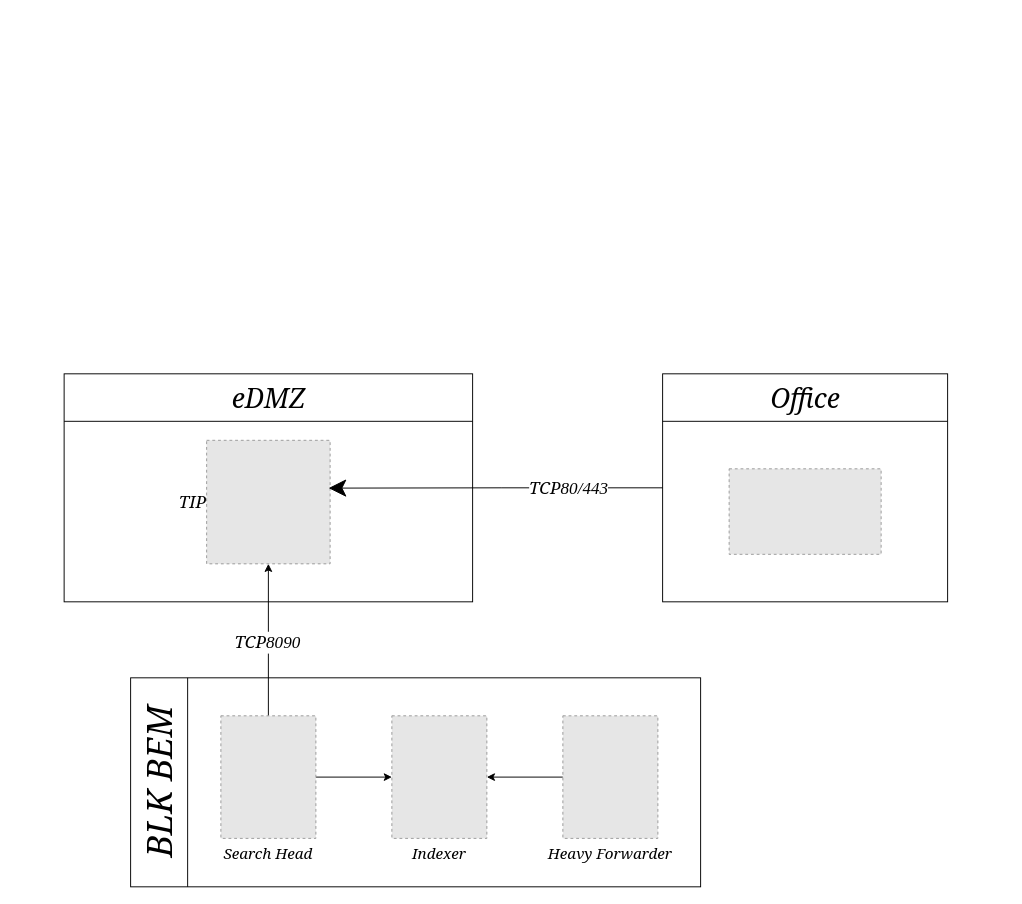
Before: img/blk-bem/BLK_tip_v1.1.drawio in sumkomorebi/PicGo, a draw.io diagram. Source tidied: cells renumbered, new cells numbered last; positions are measured from the earlier drawing's top-left corner, leaving out a move shared by most shapes. Both pictures are drawn from the tidied source at 95%, with x=0, y=0 at pixel (64, 373). Pictures stored in the file or linked from it are replaced by grey dashed boxes.
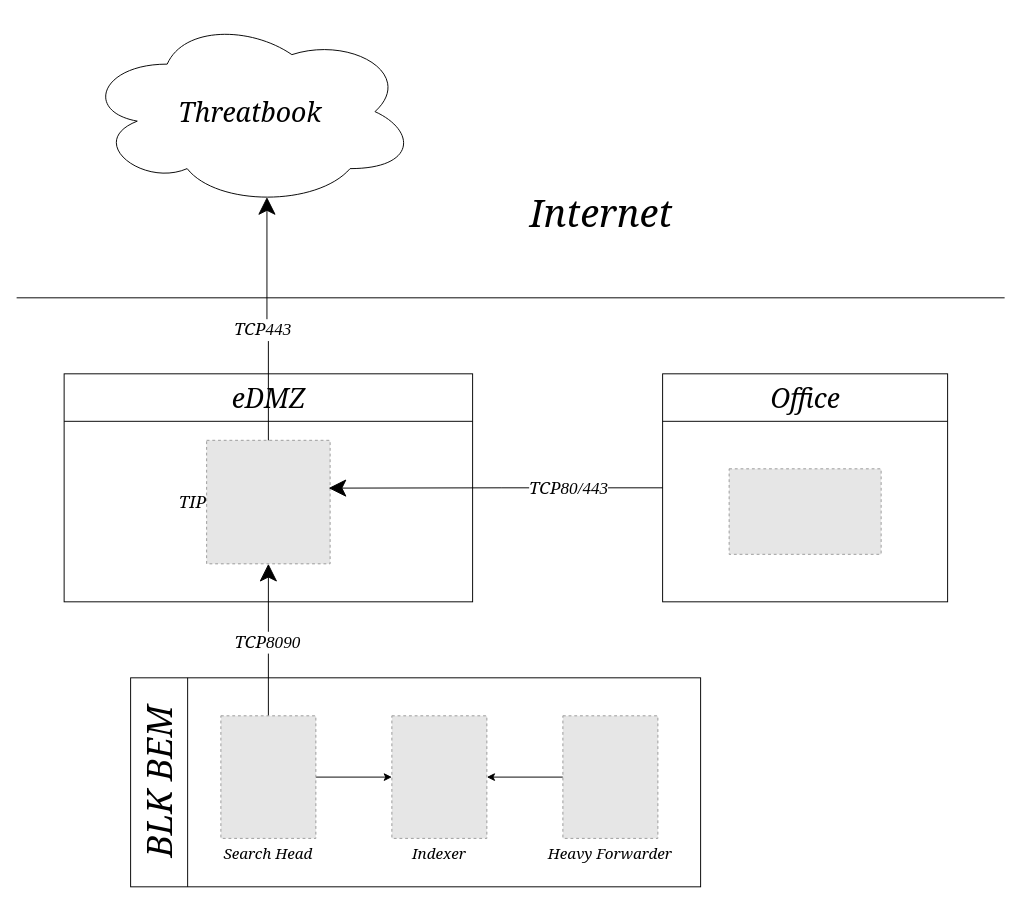
The same diagram, later.

The change refers to these unchanged cells:
```xml
<mxCell id="4" style="fillColor=#E6E6E6;strokeColor=#999999;dashed=1;verticalLabelPosition=bottom;labelBackgroundColor=default;verticalAlign=top;fontStyle=2;fontFamily=Georgia;fontSize=20;" parent="1" vertex="1">
  <mxGeometry x="150" y="70" width="130" height="130" as="geometry" />
</mxCell>
<mxCell id="9" value="Search Head" style="fillColor=#E6E6E6;strokeColor=#999999;dashed=1;verticalLabelPosition=bottom;verticalAlign=top;fontFamily=Georgia;fontStyle=2;fontSize=16;" parent="1" vertex="1">
  <mxGeometry x="165" y="360" width="100" height="129" as="geometry" />
</mxCell>
```

Diff of the diagram source:
```diff
@@
-    <mxCell id="7" style="edgeStyle=orthogonalEdgeStyle;rounded=0;jettySize=auto;html=1;" parent="1" edge="1" source="9" target="4">
+    <mxCell id="7" style="edgeStyle=orthogonalEdgeStyle;rounded=0;jettySize=auto;html=1;endSize=16;" parent="1" edge="1" source="9" target="4">
       <mxGeometry relative="1" as="geometry" />
     </mxCell>
@@
+    <mxCell id="23" style="endArrow=none;html=1;rounded=0;" parent="1" edge="1">
+      <mxGeometry relative="1" as="geometry">
+        <mxPoint x="-50" y="-80" as="sourcePoint" />
+        <mxPoint x="990" y="-80" as="targetPoint" />
+      </mxGeometry>
+    </mxCell>
+    <mxCell id="24" value="&lt;font face=&quot;Georgia&quot;&gt;&lt;i style=&quot;font-size: 28px;&quot;&gt;Threatbook&lt;/i&gt;&lt;/font&gt;" style="ellipse;shape=cloud;whiteSpace=wrap;html=1;" parent="1" vertex="1">
+      <mxGeometry x="21" y="-376" width="350" height="200" as="geometry" />
+    </mxCell>
+    <mxCell id="25" style="edgeStyle=orthogonalEdgeStyle;rounded=0;jettySize=auto;html=1;exitX=0.5;exitY=0;exitDx=0;exitDy=0;entryX=0.55;entryY=0.95;entryDx=0;entryDy=0;entryPerimeter=0;endSize=16;" parent="1" edge="1" source="4" target="24">
+      <mxGeometry relative="1" as="geometry" />
+    </mxCell>
+    <mxCell id="26" value="&lt;span style=&quot;font-size: 18px;&quot;&gt;&lt;font style=&quot;font-size: 18px;&quot;&gt;TCP&lt;font face=&quot;Times New Roman&quot;&gt;443&lt;/font&gt;&lt;/font&gt;&lt;/span&gt;" style="edgeLabel;html=1;align=center;verticalAlign=middle;fontStyle=2;fontSize=18;fontFamily=Georgia;" parent="25" vertex="1">
+      <mxGeometry x="-0.07" y="5" relative="1" as="geometry">
+        <mxPoint y="2" as="offset" />
+      </mxGeometry>
+    </mxCell>
+    <mxCell id="27" value="Internet" style="text;html=1;align=center;verticalAlign=middle;strokeColor=none;fillColor=none;fontFamily=Georgia;fontStyle=2;fontSize=40;" parent="1" vertex="1">
+      <mxGeometry x="480" y="-200" width="170" height="60" as="geometry" />
+    </mxCell>
```
